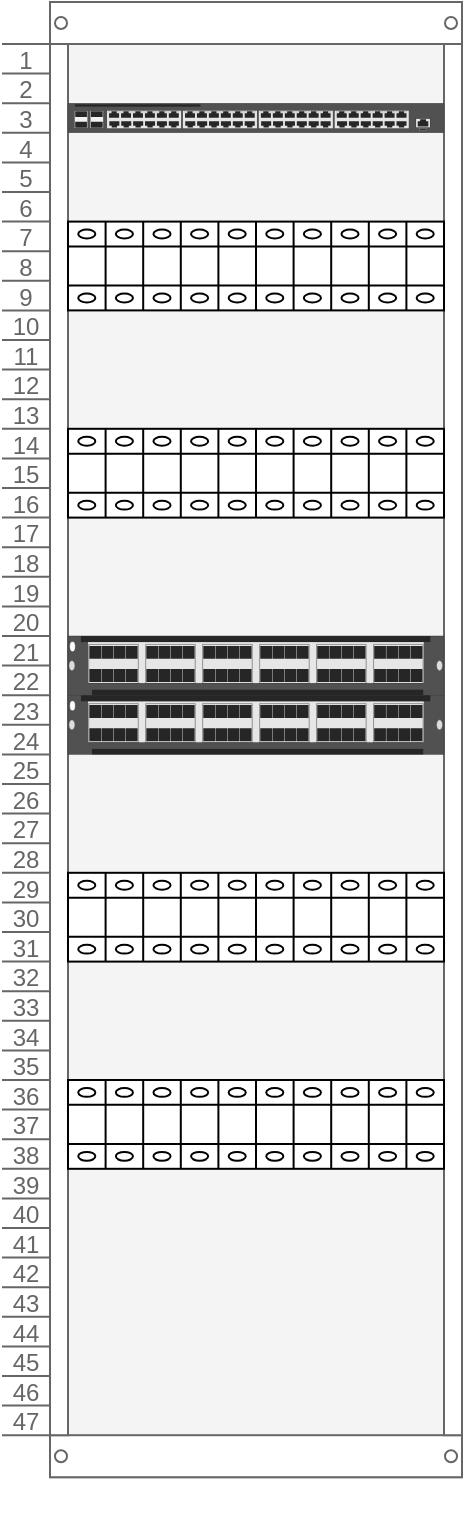
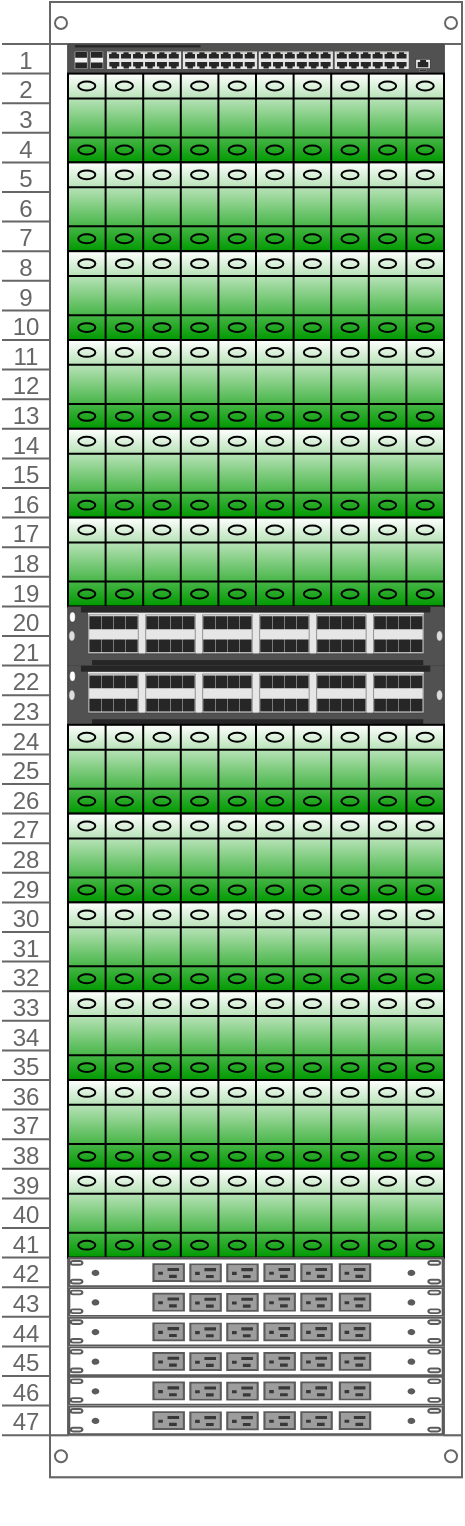
<mxfile host="app.diagrams.net" agent="Mozilla/5.0 (Windows NT 10.0; Win64; x64) AppleWebKit/537.36 (KHTML, like Gecko) Chrome/149.0.0.0 Safari/537.36 Edg/149.0.0.0">
  <diagram name="第 1 页" id="bMlra93rLXf8aHpUUbwS">
    <mxGraphModel dx="1814" dy="1021" grid="1" gridSize="10" guides="1" tooltips="1" connect="1" arrows="1" fold="1" page="1" pageScale="1" pageWidth="827" pageHeight="1169" math="0" shadow="0">
      <root>
        <mxCell id="0" />
        <mxCell id="1" parent="0" />
        <mxCell id="qoCqpINY19ieiWJ2OYOo-3" parent="1" style="strokeColor=#666666;html=1;verticalLabelPosition=bottom;labelBackgroundColor=#ffffff;verticalAlign=top;outlineConnect=0;shadow=0;dashed=0;shape=mxgraph.rackGeneral.rackCabinet3;rackUnitSize=14.8;fillColor2=#f4f4f4;container=1;collapsible=0;childLayout=rack;allowGaps=1;marginLeft=33;marginRight=9;marginTop=21;marginBottom=22;textColor=#666666;numDisp=ascend;" value="&lt;span style=&quot;color: rgba(0, 0, 0, 0); font-family: monospace; font-size: 0px; text-align: start; background-color: rgb(236, 236, 236);&quot;&gt;%3CmxGraphModel%3E%3Croot%3E%3CmxCell%20id%3D%220%22%2F%3E%3CmxCell%20id%3D%221%22%20parent%3D%220%22%2F%3E%3CmxCell%20id%3D%222%22%20parent%3D%221%22%20style%3D%22strokeColor%3D%23666666%3Bhtml%3D1%3BverticalLabelPosition%3Dbottom%3BlabelBackgroundColor%3D%23ffffff%3BverticalAlign%3Dtop%3BoutlineConnect%3D0%3Bshadow%3D0%3Bdashed%3D0%3Bshape%3Dmxgraph.rackGeneral.rackCabinet3%3BrackUnitSize%3D14.8%3BfillColor2%3D%23f4f4f4%3Bcontainer%3D1%3Bcollapsible%3D0%3BchildLayout%3Drack%3BallowGaps%3D1%3BmarginLeft%3D33%3BmarginRight%3D9%3BmarginTop%3D21%3BmarginBottom%3D22%3BtextColor%3D%23666666%3BnumDisp%3Dascend%3B%22%20value%3D%22%22%20vertex%3D%221%22%3E%3CmxGeometry%20height%3D%22660%22%20width%3D%22230%22%20x%3D%22100%22%20y%3D%22230%22%20as%3D%22geometry%22%2F%3E%3C%2FmxCell%3E%3CmxCell%20id%3D%223%22%20parent%3D%222%22%20style%3D%22verticalLabelPosition%3Dbottom%3Bdashed%3D0%3Bshadow%3D0%3Bhtml%3D1%3Balign%3Dcenter%3BverticalAlign%3Dtop%3Bshape%3Dmxgraph.cabinets.terminal_40mm2_x10%3B%22%20value%3D%22%26lt%3Bspan%20style%3D%26quot%3Bcolor%3A%20rgba(0%2C%200%2C%200%2C%200)%3B%20font-family%3A%20monospace%3B%20font-size%3A%200px%3B%20text-align%3A%20start%3B%26quot%3B%26gt%3B%253CmxGraphModel%253E%253Croot%253E%253CmxCell%2520id%253D%25220%2522%252F%253E%253CmxCell%2520id%253D%25221%2522%2520parent%253D%25220%2522%252F%253E%253CmxCell%2520id%253D%25222%2522%2520parent%253D%25221%2522%2520style%253D%2522html%253D1%253BverticalLabelPosition%253Dbottom%253BverticalAlign%253Dtop%253BoutlineConnect%253D0%253Bshadow%253D0%253Bdashed%253D0%253Bshape%253Dmxgraph.rack.hpe_aruba.switches.r0x44_aruba_6400_48p_10g_25g_sfp28_module%253B%2522%2520value%253D%2522%2522%2520vertex%253D%25221%2522%253E%253CmxGeometry%2520height%253D%252229.6%2522%2520width%253D%2522188%2522%2520x%253D%2522133%2522%2520y%253D%2522473%2522%2520as%253D%2522geometry%2522%252F%253E%253C%252FmxCell%253E%253C%252Froot%253E%253C%252FmxGraphModel%253E%26lt%3B%2Fspan%26gt%3B%22%20vertex%3D%221%22%3E%3CmxGeometry%20height%3D%2244.400000000000006%22%20width%3D%22188%22%20x%3D%2233%22%20y%3D%22109.80000000000001%22%20as%3D%22geometry%22%2F%3E%3C%2FmxCell%3E%3CmxCell%20id%3D%224%22%20parent%3D%222%22%20style%3D%22verticalLabelPosition%3Dbottom%3Bdashed%3D0%3Bshadow%3D0%3Bhtml%3D1%3Balign%3Dcenter%3BverticalAlign%3Dtop%3Bshape%3Dmxgraph.cabinets.terminal_40mm2_x10%3B%22%20value%3D%22%26lt%3Bspan%20style%3D%26quot%3Bcolor%3A%20rgba(0%2C%200%2C%200%2C%200)%3B%20font-family%3A%20monospace%3B%20font-size%3A%200px%3B%20text-align%3A%20start%3B%26quot%3B%26gt%3B%253CmxGraphModel%253E%253Croot%253E%253CmxCell%2520id%253D%25220%2522%252F%253E%253CmxCell%2520id%253D%25221%2522%2520parent%253D%25220%2522%252F%253E%253CmxCell%2520id%253D%25222%2522%2520parent%253D%25221%2522%2520style%253D%2522html%253D1%253BverticalLabelPosition%253Dbottom%253BverticalAlign%253Dtop%253BoutlineConnect%253D0%253Bshadow%253D0%253Bdashed%253D0%253Bshape%253Dmxgraph.rack.hpe_aruba.switches.r0x44_aruba_6400_48p_10g_25g_sfp28_module%253B%2522%2520value%253D%2522%2522%2520vertex%253D%25221%2522%253E%253CmxGeometry%2520height%253D%252229.6%2522%2520width%253D%2522188%2522%2520x%253D%2522133%2522%2520y%253D%2522473%2522%2520as%253D%2522geometry%2522%252F%253E%253C%252FmxCell%253E%253C%252Froot%253E%253C%252FmxGraphModel%253E%26lt%3B%2Fspan%26gt%3B%22%20vertex%3D%221%22%3E%3CmxGeometry%20height%3D%2244.400000000000006%22%20width%3D%22188%22%20x%3D%2233%22%20y%3D%22213.4%22%20as%3D%22geometry%22%2F%3E%3C%2FmxCell%3E%3CmxCell%20id%3D%225%22%20parent%3D%222%22%20style%3D%22html%3D1%3BverticalLabelPosition%3Dbottom%3BverticalAlign%3Dtop%3BoutlineConnect%3D0%3Bshadow%3D0%3Bdashed%3D0%3Bshape%3Dmxgraph.rack.hpe_aruba.switches.r0x44_aruba_6400_48p_10g_25g_sfp28_module%3B%22%20value%3D%22%22%20vertex%3D%221%22%3E%3CmxGeometry%20height%3D%2229.6%22%20width%3D%22188%22%20x%3D%2233%22%20y%3D%22317%22%20as%3D%22geometry%22%2F%3E%3C%2FmxCell%3E%3CmxCell%20id%3D%226%22%20parent%3D%222%22%20style%3D%22html%3D1%3BverticalLabelPosition%3Dbottom%3BverticalAlign%3Dtop%3BoutlineConnect%3D0%3Bshadow%3D0%3Bdashed%3D0%3Bshape%3Dmxgraph.rack.hpe_aruba.switches.r0x44_aruba_6400_48p_10g_25g_sfp28_module%3B%22%20value%3D%22%22%20vertex%3D%221%22%3E%3CmxGeometry%20height%3D%2229.6%22%20width%3D%22188%22%20x%3D%2233%22%20y%3D%22346.6%22%20as%3D%22geometry%22%2F%3E%3C%2FmxCell%3E%3CmxCell%20id%3D%227%22%20parent%3D%222%22%20style%3D%22verticalLabelPosition%3Dbottom%3Bdashed%3D0%3Bshadow%3D0%3Bhtml%3D1%3Balign%3Dcenter%3BverticalAlign%3Dtop%3Bshape%3Dmxgraph.cabinets.terminal_40mm2_x10%3B%22%20value%3D%22%26lt%3Bspan%20style%3D%26quot%3Bcolor%3A%20rgba(0%2C%200%2C%200%2C%200)%3B%20font-family%3A%20monospace%3B%20font-size%3A%200px%3B%20text-align%3A%20start%3B%26quot%3B%26gt%3B%253CmxGraphModel%253E%253Croot%253E%253CmxCell%2520id%253D%25220%2522%252F%253E%253CmxCell%2520id%253D%25221%2522%2520parent%253D%25220%2522%252F%253E%253CmxCell%2520id%253D%25222%2522%2520parent%253D%25221%2522%2520style%253D%2522html%253D1%253BverticalLabelPosition%253Dbottom%253BverticalAlign%253Dtop%253BoutlineConnect%253D0%253Bshadow%253D0%253Bdashed%253D0%253Bshape%253Dmxgraph.rack.hpe_aruba.switches.r0x44_aruba_6400_48p_10g_25g_sfp28_module%253B%2522%2520value%253D%2522%2522%2520vertex%253D%25221%2522%253E%253CmxGeometry%2520height%253D%252229.6%2522%2520width%253D%2522188%2522%2520x%253D%2522133%2522%2520y%253D%2522473%2522%2520as%253D%2522geometry%2522%252F%253E%253C%252FmxCell%253E%253C%252Froot%253E%253C%252FmxGraphModel%253E%26lt%3B%2Fspan%26gt%3B%22%20vertex%3D%221%22%3E%3CmxGeometry%20height%3D%2244.400000000000006%22%20width%3D%22188%22%20x%3D%2233%22%20y%3D%22435.40000000000003%22%20as%3D%22geometry%22%2F%3E%3C%2FmxCell%3E%3CmxCell%20id%3D%228%22%20parent%3D%222%22%20style%3D%22verticalLabelPosition%3Dbottom%3Bdashed%3D0%3Bshadow%3D0%3Bhtml%3D1%3Balign%3Dcenter%3BverticalAlign%3Dtop%3Bshape%3Dmxgraph.cabinets.terminal_40mm2_x10%3B%22%20value%3D%22%22%20vertex%3D%221%22%3E%3CmxGeometry%20height%3D%2244.400000000000006%22%20width%3D%22188%22%20x%3D%2233%22%20y%3D%22539%22%20as%3D%22geometry%22%2F%3E%3C%2FmxCell%3E%3C%2Froot%3E%3C%2FmxGraphModel%3E&lt;/span&gt;" vertex="1">
          <mxGeometry height="740" width="230" x="430" y="130" as="geometry" />
        </mxCell>
        <mxCell id="qoCqpINY19ieiWJ2OYOo-28" parent="qoCqpINY19ieiWJ2OYOo-3" style="html=1;verticalLabelPosition=bottom;verticalAlign=top;outlineConnect=0;shadow=0;dashed=0;shape=mxgraph.rack.hpe_aruba.switches.jl254a_aruba_2930f_48g_4sfpplus_switch;" value="" vertex="1">
-           <mxGeometry height="14.8" width="188" x="33" y="50.6" as="geometry" />
+           <mxGeometry height="14.8" width="188" x="33" y="21" as="geometry" />
        </mxCell>
-         <mxCell id="qoCqpINY19ieiWJ2OYOo-4" parent="qoCqpINY19ieiWJ2OYOo-3" style="verticalLabelPosition=bottom;dashed=0;shadow=0;html=1;align=center;verticalAlign=top;shape=mxgraph.cabinets.terminal_40mm2_x10;" value="&lt;span style=&quot;color: rgba(0, 0, 0, 0); font-family: monospace; font-size: 0px; text-align: start;&quot;&gt;%3CmxGraphModel%3E%3Croot%3E%3CmxCell%20id%3D%220%22%2F%3E%3CmxCell%20id%3D%221%22%20parent%3D%220%22%2F%3E%3CmxCell%20id%3D%222%22%20parent%3D%221%22%20style%3D%22html%3D1%3BverticalLabelPosition%3Dbottom%3BverticalAlign%3Dtop%3BoutlineConnect%3D0%3Bshadow%3D0%3Bdashed%3D0%3Bshape%3Dmxgraph.rack.hpe_aruba.switches.r0x44_aruba_6400_48p_10g_25g_sfp28_module%3B%22%20value%3D%22%22%20vertex%3D%221%22%3E%3CmxGeometry%20height%3D%2229.6%22%20width%3D%22188%22%20x%3D%22133%22%20y%3D%22473%22%20as%3D%22geometry%22%2F%3E%3C%2FmxCell%3E%3C%2Froot%3E%3C%2FmxGraphModel%3E&lt;/span&gt;" vertex="1">
-           <mxGeometry height="44.400000000000006" width="188" x="33" y="109.80000000000001" as="geometry" />
+         <mxCell id="N1VD887cgYzaZ_G5UufL-19" parent="qoCqpINY19ieiWJ2OYOo-3" style="verticalLabelPosition=bottom;dashed=0;shadow=0;html=1;align=center;verticalAlign=top;shape=mxgraph.cabinets.terminal_40mm2_x10;gradientColor=#009900;" value="" vertex="1">
+           <mxGeometry height="44.400000000000006" width="188" x="33" y="35.8" as="geometry" />
        </mxCell>
-         <mxCell id="qoCqpINY19ieiWJ2OYOo-5" parent="qoCqpINY19ieiWJ2OYOo-3" style="verticalLabelPosition=bottom;dashed=0;shadow=0;html=1;align=center;verticalAlign=top;shape=mxgraph.cabinets.terminal_40mm2_x10;" value="&lt;span style=&quot;color: rgba(0, 0, 0, 0); font-family: monospace; font-size: 0px; text-align: start;&quot;&gt;%3CmxGraphModel%3E%3Croot%3E%3CmxCell%20id%3D%220%22%2F%3E%3CmxCell%20id%3D%221%22%20parent%3D%220%22%2F%3E%3CmxCell%20id%3D%222%22%20parent%3D%221%22%20style%3D%22html%3D1%3BverticalLabelPosition%3Dbottom%3BverticalAlign%3Dtop%3BoutlineConnect%3D0%3Bshadow%3D0%3Bdashed%3D0%3Bshape%3Dmxgraph.rack.hpe_aruba.switches.r0x44_aruba_6400_48p_10g_25g_sfp28_module%3B%22%20value%3D%22%22%20vertex%3D%221%22%3E%3CmxGeometry%20height%3D%2229.6%22%20width%3D%22188%22%20x%3D%22133%22%20y%3D%22473%22%20as%3D%22geometry%22%2F%3E%3C%2FmxCell%3E%3C%2Froot%3E%3C%2FmxGraphModel%3E&lt;/span&gt;" vertex="1">
+         <mxCell id="N1VD887cgYzaZ_G5UufL-18" parent="qoCqpINY19ieiWJ2OYOo-3" style="verticalLabelPosition=bottom;dashed=0;shadow=0;html=1;align=center;verticalAlign=top;shape=mxgraph.cabinets.terminal_40mm2_x10;gradientColor=#009900;" value="" vertex="1">
+           <mxGeometry height="44.400000000000006" width="188" x="33" y="80.2" as="geometry" />
+         </mxCell>
+         <mxCell id="N1VD887cgYzaZ_G5UufL-17" parent="qoCqpINY19ieiWJ2OYOo-3" style="verticalLabelPosition=bottom;dashed=0;shadow=0;html=1;align=center;verticalAlign=top;shape=mxgraph.cabinets.terminal_40mm2_x10;gradientColor=#009900;" value="" vertex="1">
+           <mxGeometry height="44.400000000000006" width="188" x="33" y="124.60000000000001" as="geometry" />
+         </mxCell>
+         <mxCell id="N1VD887cgYzaZ_G5UufL-16" parent="qoCqpINY19ieiWJ2OYOo-3" style="verticalLabelPosition=bottom;dashed=0;shadow=0;html=1;align=center;verticalAlign=top;shape=mxgraph.cabinets.terminal_40mm2_x10;gradientColor=#009900;" value="" vertex="1">
+           <mxGeometry height="44.400000000000006" width="188" x="33" y="169" as="geometry" />
+         </mxCell>
+         <mxCell id="N1VD887cgYzaZ_G5UufL-15" parent="qoCqpINY19ieiWJ2OYOo-3" style="verticalLabelPosition=bottom;dashed=0;shadow=0;html=1;align=center;verticalAlign=top;shape=mxgraph.cabinets.terminal_40mm2_x10;gradientColor=#009900;" value="" vertex="1">
          <mxGeometry height="44.400000000000006" width="188" x="33" y="213.4" as="geometry" />
        </mxCell>
-         <mxCell id="qoCqpINY19ieiWJ2OYOo-6" parent="qoCqpINY19ieiWJ2OYOo-3" style="html=1;verticalLabelPosition=bottom;verticalAlign=top;outlineConnect=0;shadow=0;dashed=0;shape=mxgraph.rack.hpe_aruba.switches.r0x44_aruba_6400_48p_10g_25g_sfp28_module;" value="" vertex="1">
-           <mxGeometry height="29.6" width="188" x="33" y="317" as="geometry" />
+         <mxCell id="N1VD887cgYzaZ_G5UufL-14" parent="qoCqpINY19ieiWJ2OYOo-3" style="verticalLabelPosition=bottom;dashed=0;shadow=0;html=1;align=center;verticalAlign=top;shape=mxgraph.cabinets.terminal_40mm2_x10;gradientColor=#009900;" value="" vertex="1">
+           <mxGeometry height="44.400000000000006" width="188" x="33" y="257.8" as="geometry" />
        </mxCell>
        <mxCell id="qoCqpINY19ieiWJ2OYOo-7" parent="qoCqpINY19ieiWJ2OYOo-3" style="html=1;verticalLabelPosition=bottom;verticalAlign=top;outlineConnect=0;shadow=0;dashed=0;shape=mxgraph.rack.hpe_aruba.switches.r0x44_aruba_6400_48p_10g_25g_sfp28_module;" value="" vertex="1">
-           <mxGeometry height="29.6" width="188" x="33" y="346.6" as="geometry" />
+           <mxGeometry height="29.6" width="188" x="33" y="302.2" as="geometry" />
        </mxCell>
-         <mxCell id="qoCqpINY19ieiWJ2OYOo-8" parent="qoCqpINY19ieiWJ2OYOo-3" style="verticalLabelPosition=bottom;dashed=0;shadow=0;html=1;align=center;verticalAlign=top;shape=mxgraph.cabinets.terminal_40mm2_x10;" value="&lt;span style=&quot;color: rgba(0, 0, 0, 0); font-family: monospace; font-size: 0px; text-align: start;&quot;&gt;%3CmxGraphModel%3E%3Croot%3E%3CmxCell%20id%3D%220%22%2F%3E%3CmxCell%20id%3D%221%22%20parent%3D%220%22%2F%3E%3CmxCell%20id%3D%222%22%20parent%3D%221%22%20style%3D%22html%3D1%3BverticalLabelPosition%3Dbottom%3BverticalAlign%3Dtop%3BoutlineConnect%3D0%3Bshadow%3D0%3Bdashed%3D0%3Bshape%3Dmxgraph.rack.hpe_aruba.switches.r0x44_aruba_6400_48p_10g_25g_sfp28_module%3B%22%20value%3D%22%22%20vertex%3D%221%22%3E%3CmxGeometry%20height%3D%2229.6%22%20width%3D%22188%22%20x%3D%22133%22%20y%3D%22473%22%20as%3D%22geometry%22%2F%3E%3C%2FmxCell%3E%3C%2Froot%3E%3C%2FmxGraphModel%3E&lt;/span&gt;" vertex="1">
-           <mxGeometry height="44.400000000000006" width="188" x="33" y="435.40000000000003" as="geometry" />
+         <mxCell id="qoCqpINY19ieiWJ2OYOo-6" parent="qoCqpINY19ieiWJ2OYOo-3" style="html=1;verticalLabelPosition=bottom;verticalAlign=top;outlineConnect=0;shadow=0;dashed=0;shape=mxgraph.rack.hpe_aruba.switches.r0x44_aruba_6400_48p_10g_25g_sfp28_module;" value="" vertex="1">
+           <mxGeometry height="29.6" width="188" x="33" y="331.8" as="geometry" />
        </mxCell>
-         <mxCell id="qoCqpINY19ieiWJ2OYOo-9" parent="qoCqpINY19ieiWJ2OYOo-3" style="verticalLabelPosition=bottom;dashed=0;shadow=0;html=1;align=center;verticalAlign=top;shape=mxgraph.cabinets.terminal_40mm2_x10;" value="" vertex="1">
+         <mxCell id="N1VD887cgYzaZ_G5UufL-13" parent="qoCqpINY19ieiWJ2OYOo-3" style="verticalLabelPosition=bottom;dashed=0;shadow=0;html=1;align=center;verticalAlign=top;shape=mxgraph.cabinets.terminal_40mm2_x10;gradientColor=#009900;" value="" vertex="1">
+           <mxGeometry height="44.400000000000006" width="188" x="33" y="361.40000000000003" as="geometry" />
+         </mxCell>
+         <mxCell id="N1VD887cgYzaZ_G5UufL-12" parent="qoCqpINY19ieiWJ2OYOo-3" style="verticalLabelPosition=bottom;dashed=0;shadow=0;html=1;align=center;verticalAlign=top;shape=mxgraph.cabinets.terminal_40mm2_x10;gradientColor=#009900;" value="" vertex="1">
+           <mxGeometry height="44.400000000000006" width="188" x="33" y="405.8" as="geometry" />
+         </mxCell>
+         <mxCell id="N1VD887cgYzaZ_G5UufL-11" parent="qoCqpINY19ieiWJ2OYOo-3" style="verticalLabelPosition=bottom;dashed=0;shadow=0;html=1;align=center;verticalAlign=top;shape=mxgraph.cabinets.terminal_40mm2_x10;gradientColor=#009900;" value="" vertex="1">
+           <mxGeometry height="44.400000000000006" width="188" x="33" y="450.20000000000005" as="geometry" />
+         </mxCell>
+         <mxCell id="N1VD887cgYzaZ_G5UufL-10" parent="qoCqpINY19ieiWJ2OYOo-3" style="verticalLabelPosition=bottom;dashed=0;shadow=0;html=1;align=center;verticalAlign=top;shape=mxgraph.cabinets.terminal_40mm2_x10;gradientColor=#009900;" value="" vertex="1">
+           <mxGeometry height="44.400000000000006" width="188" x="33" y="494.6" as="geometry" />
+         </mxCell>
+         <mxCell id="N1VD887cgYzaZ_G5UufL-9" parent="qoCqpINY19ieiWJ2OYOo-3" style="verticalLabelPosition=bottom;dashed=0;shadow=0;html=1;align=center;verticalAlign=top;shape=mxgraph.cabinets.terminal_40mm2_x10;gradientColor=#009900;" value="" vertex="1">
          <mxGeometry height="44.400000000000006" width="188" x="33" y="539" as="geometry" />
+         </mxCell>
+         <mxCell id="qoCqpINY19ieiWJ2OYOo-9" parent="qoCqpINY19ieiWJ2OYOo-3" style="verticalLabelPosition=bottom;dashed=0;shadow=0;html=1;align=center;verticalAlign=top;shape=mxgraph.cabinets.terminal_40mm2_x10;gradientColor=#009900;" value="" vertex="1">
+           <mxGeometry height="44.400000000000006" width="188" x="33" y="583.4" as="geometry" />
+         </mxCell>
+         <mxCell id="N1VD887cgYzaZ_G5UufL-6" parent="qoCqpINY19ieiWJ2OYOo-3" style="strokeColor=#666666;html=1;labelPosition=right;align=left;spacingLeft=15;shadow=0;dashed=0;outlineConnect=0;shape=mxgraph.rack.dell.power_strip;" value="" vertex="1">
+           <mxGeometry height="14.8" width="188" x="33" y="627.8000000000001" as="geometry" />
+         </mxCell>
+         <mxCell id="N1VD887cgYzaZ_G5UufL-5" parent="qoCqpINY19ieiWJ2OYOo-3" style="strokeColor=#666666;html=1;labelPosition=right;align=left;spacingLeft=15;shadow=0;dashed=0;outlineConnect=0;shape=mxgraph.rack.dell.power_strip;" value="" vertex="1">
+           <mxGeometry height="14.8" width="188" x="33" y="642.6" as="geometry" />
+         </mxCell>
+         <mxCell id="N1VD887cgYzaZ_G5UufL-4" parent="qoCqpINY19ieiWJ2OYOo-3" style="strokeColor=#666666;html=1;labelPosition=right;align=left;spacingLeft=15;shadow=0;dashed=0;outlineConnect=0;shape=mxgraph.rack.dell.power_strip;" value="" vertex="1">
+           <mxGeometry height="14.8" width="188" x="33" y="657.4" as="geometry" />
+         </mxCell>
+         <mxCell id="N1VD887cgYzaZ_G5UufL-3" parent="qoCqpINY19ieiWJ2OYOo-3" style="strokeColor=#666666;html=1;labelPosition=right;align=left;spacingLeft=15;shadow=0;dashed=0;outlineConnect=0;shape=mxgraph.rack.dell.power_strip;" value="" vertex="1">
+           <mxGeometry height="14.8" width="188" x="33" y="672.2" as="geometry" />
+         </mxCell>
+         <mxCell id="N1VD887cgYzaZ_G5UufL-2" parent="qoCqpINY19ieiWJ2OYOo-3" style="strokeColor=#666666;html=1;labelPosition=right;align=left;spacingLeft=15;shadow=0;dashed=0;outlineConnect=0;shape=mxgraph.rack.dell.power_strip;" value="" vertex="1">
+           <mxGeometry height="14.8" width="188" x="33" y="687" as="geometry" />
+         </mxCell>
+         <mxCell id="N1VD887cgYzaZ_G5UufL-1" parent="qoCqpINY19ieiWJ2OYOo-3" style="strokeColor=#666666;html=1;labelPosition=right;align=left;spacingLeft=15;shadow=0;dashed=0;outlineConnect=0;shape=mxgraph.rack.dell.power_strip;" value="" vertex="1">
+           <mxGeometry height="14.8" width="188" x="33" y="701.8000000000001" as="geometry" />
        </mxCell>
      </root>
    </mxGraphModel>
  </diagram>
</mxfile>
